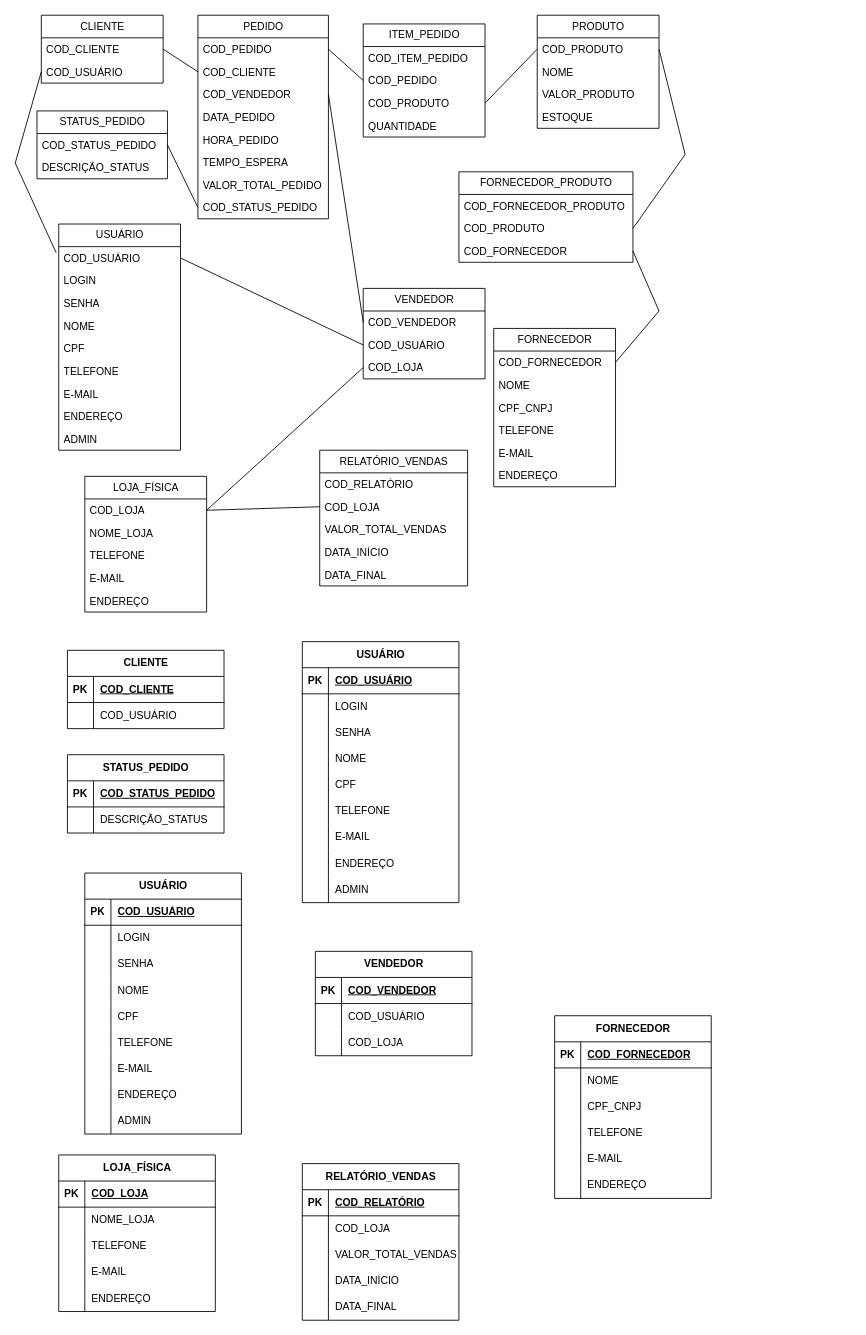
Before: BD ZÉ DELIVERY.drawio in jennifergomes/BD, a draw.io diagram. Source tidied: cells renumbered, new cells numbered last; positions are measured from the earlier drawing's top-left corner, leaving out a move shared by most shapes. Both pictures are drawn from the tidied source at 87%, with x=0, y=0 at pixel (15, 15).
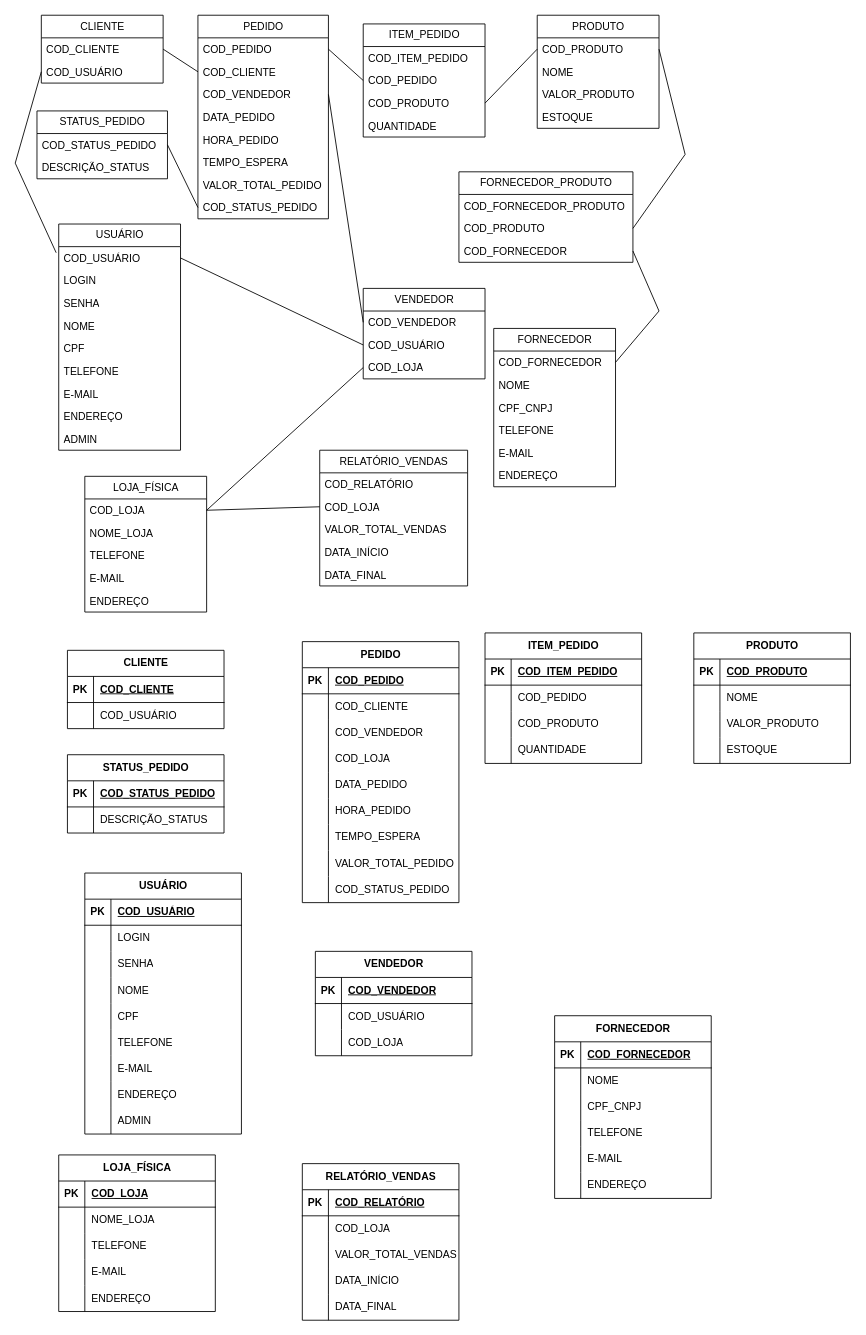
The same page after the edit.

Unchanged cells that the change refers to:
```xml
<mxCell id="179" style="shape=tableRow;horizontal=0;startSize=0;swimlaneHead=0;swimlaneBody=0;fillColor=none;top=0;left=0;right=0;bottom=1;" parent="178" vertex="1">
  <mxGeometry y="30" width="180" height="30" as="geometry" />
</mxCell>
<mxCell id="182" style="shape=tableRow;horizontal=0;startSize=0;swimlaneHead=0;swimlaneBody=0;fillColor=none;top=0;left=0;right=0;bottom=0;" parent="178" vertex="1">
  <mxGeometry y="60" width="180" height="30" as="geometry" />
</mxCell>
<mxCell id="185" style="shape=tableRow;horizontal=0;startSize=0;swimlaneHead=0;swimlaneBody=0;fillColor=none;top=0;left=0;right=0;bottom=0;" parent="178" vertex="1">
  <mxGeometry y="90" width="180" height="30" as="geometry" />
</mxCell>
<mxCell id="188" style="shape=tableRow;horizontal=0;startSize=0;swimlaneHead=0;swimlaneBody=0;fillColor=none;top=0;left=0;right=0;bottom=0;" parent="178" vertex="1">
  <mxGeometry y="120" width="180" height="30" as="geometry" />
</mxCell>
<mxCell id="191" style="shape=tableRow;horizontal=0;startSize=0;swimlaneHead=0;swimlaneBody=0;fillColor=none;top=0;left=0;right=0;bottom=0;" parent="178" vertex="1">
  <mxGeometry y="150" width="180" height="30" as="geometry" />
</mxCell>
<mxCell id="194" style="shape=tableRow;horizontal=0;startSize=0;swimlaneHead=0;swimlaneBody=0;fillColor=none;top=0;left=0;right=0;bottom=0;" parent="178" vertex="1">
  <mxGeometry y="180" width="180" height="30" as="geometry" />
</mxCell>
<mxCell id="197" style="shape=tableRow;horizontal=0;startSize=0;swimlaneHead=0;swimlaneBody=0;fillColor=none;top=0;left=0;right=0;bottom=0;" parent="178" vertex="1">
  <mxGeometry y="210" width="180" height="30" as="geometry" />
</mxCell>
<mxCell id="200" style="shape=tableRow;horizontal=0;startSize=0;swimlaneHead=0;swimlaneBody=0;fillColor=none;top=0;left=0;right=0;bottom=0;" parent="178" vertex="1">
  <mxGeometry y="240" width="180" height="30" as="geometry" />
</mxCell>
<mxCell id="203" style="shape=tableRow;horizontal=0;startSize=0;swimlaneHead=0;swimlaneBody=0;fillColor=none;top=0;left=0;right=0;bottom=0;" parent="178" vertex="1">
  <mxGeometry y="270" width="180" height="30" as="geometry" />
</mxCell>
```

Change to the diagram source:
```diff
@@
-    <mxCell id="178" value="USUÁRIO" style="shape=table;startSize=30;childLayout=tableLayout;rowLines=0;fontStyle=1;align=center;html=1;" parent="1" vertex="1">
+    <mxCell id="178" value="PEDIDO" style="shape=table;startSize=30;childLayout=tableLayout;rowLines=0;fontStyle=1;align=center;html=1;" parent="1" vertex="1">
       <mxGeometry x="330" y="720" width="180" height="300" as="geometry" />
     </mxCell>
@@
-    <mxCell id="181" value="COD_USUÁRIO" style="shape=partialRectangle;fillColor=none;top=0;left=0;bottom=0;right=0;align=left;spacingLeft=6;fontStyle=5;overflow=hidden;whiteSpace=wrap;html=1;" parent="179" vertex="1">
+    <mxCell id="181" value="COD_PEDIDO" style="shape=partialRectangle;fillColor=none;top=0;left=0;bottom=0;right=0;align=left;spacingLeft=6;fontStyle=5;overflow=hidden;whiteSpace=wrap;html=1;" parent="179" vertex="1">
       <mxGeometry x="30" width="150" height="30" as="geometry" />
     </mxCell>
@@
-    <mxCell id="184" value="LOGIN" style="shape=partialRectangle;fillColor=none;top=0;left=0;bottom=0;right=0;align=left;spacingLeft=6;overflow=hidden;whiteSpace=wrap;html=1;" parent="182" vertex="1">
+    <mxCell id="184" value="COD_CLIENTE" style="shape=partialRectangle;fillColor=none;top=0;left=0;bottom=0;right=0;align=left;spacingLeft=6;overflow=hidden;whiteSpace=wrap;html=1;" parent="182" vertex="1">
       <mxGeometry x="30" width="150" height="30" as="geometry" />
     </mxCell>
@@
-    <mxCell id="187" value="SENHA" style="shape=partialRectangle;fillColor=none;top=0;left=0;bottom=0;right=0;align=left;spacingLeft=6;overflow=hidden;whiteSpace=wrap;html=1;" parent="185" vertex="1">
+    <mxCell id="187" value="COD_VENDEDOR" style="shape=partialRectangle;fillColor=none;top=0;left=0;bottom=0;right=0;align=left;spacingLeft=6;overflow=hidden;whiteSpace=wrap;html=1;" parent="185" vertex="1">
       <mxGeometry x="30" width="150" height="30" as="geometry" />
     </mxCell>
@@
-    <mxCell id="190" value="NOME" style="shape=partialRectangle;fillColor=none;top=0;left=0;bottom=0;right=0;align=left;spacingLeft=6;overflow=hidden;whiteSpace=wrap;html=1;" parent="188" vertex="1">
+    <mxCell id="190" value="COD_LOJA" style="shape=partialRectangle;fillColor=none;top=0;left=0;bottom=0;right=0;align=left;spacingLeft=6;overflow=hidden;whiteSpace=wrap;html=1;" parent="188" vertex="1">
       <mxGeometry x="30" width="150" height="30" as="geometry" />
     </mxCell>
@@
-    <mxCell id="193" value="CPF" style="shape=partialRectangle;fillColor=none;top=0;left=0;bottom=0;right=0;align=left;spacingLeft=6;overflow=hidden;whiteSpace=wrap;html=1;" parent="191" vertex="1">
+    <mxCell id="193" value="DATA_PEDIDO" style="shape=partialRectangle;fillColor=none;top=0;left=0;bottom=0;right=0;align=left;spacingLeft=6;overflow=hidden;whiteSpace=wrap;html=1;" parent="191" vertex="1">
       <mxGeometry x="30" width="150" height="30" as="geometry" />
     </mxCell>
@@
-    <mxCell id="196" value="TELEFONE" style="shape=partialRectangle;fillColor=none;top=0;left=0;bottom=0;right=0;align=left;spacingLeft=6;overflow=hidden;whiteSpace=wrap;html=1;" parent="194" vertex="1">
+    <mxCell id="196" value="HORA_PEDIDO" style="shape=partialRectangle;fillColor=none;top=0;left=0;bottom=0;right=0;align=left;spacingLeft=6;overflow=hidden;whiteSpace=wrap;html=1;" parent="194" vertex="1">
       <mxGeometry x="30" width="150" height="30" as="geometry" />
     </mxCell>
@@
-    <mxCell id="199" value="E-MAIL" style="shape=partialRectangle;fillColor=none;top=0;left=0;bottom=0;right=0;align=left;spacingLeft=6;overflow=hidden;whiteSpace=wrap;html=1;" parent="197" vertex="1">
+    <mxCell id="199" value="TEMPO_ESPERA" style="shape=partialRectangle;fillColor=none;top=0;left=0;bottom=0;right=0;align=left;spacingLeft=6;overflow=hidden;whiteSpace=wrap;html=1;" parent="197" vertex="1">
       <mxGeometry x="30" width="150" height="30" as="geometry" />
     </mxCell>
@@
-    <mxCell id="202" value="ENDEREÇO" style="shape=partialRectangle;fillColor=none;top=0;left=0;bottom=0;right=0;align=left;spacingLeft=6;overflow=hidden;whiteSpace=wrap;html=1;" parent="200" vertex="1">
+    <mxCell id="202" value="VALOR_TOTAL_PEDIDO" style="shape=partialRectangle;fillColor=none;top=0;left=0;bottom=0;right=0;align=left;spacingLeft=6;overflow=hidden;whiteSpace=wrap;html=1;" parent="200" vertex="1">
       <mxGeometry x="30" width="150" height="30" as="geometry" />
     </mxCell>
@@
-    <mxCell id="205" value="ADMIN" style="shape=partialRectangle;fillColor=none;top=0;left=0;bottom=0;right=0;align=left;spacingLeft=6;overflow=hidden;whiteSpace=wrap;html=1;" parent="203" vertex="1">
+    <mxCell id="205" value="COD_STATUS_PEDIDO" style="shape=partialRectangle;fillColor=none;top=0;left=0;bottom=0;right=0;align=left;spacingLeft=6;overflow=hidden;whiteSpace=wrap;html=1;" parent="203" vertex="1">
       <mxGeometry x="30" width="150" height="30" as="geometry" />
     </mxCell>
+    <mxCell id="206" value="ITEM_PEDIDO" style="shape=table;startSize=30;childLayout=tableLayout;rowLines=0;fontStyle=1;align=center;html=1;" parent="1" vertex="1">
+      <mxGeometry x="540" y="710" width="180" height="150" as="geometry" />
+    </mxCell>
+    <mxCell id="207" style="shape=tableRow;horizontal=0;startSize=0;swimlaneHead=0;swimlaneBody=0;fillColor=none;top=0;left=0;right=0;bottom=1;" parent="206" vertex="1">
+      <mxGeometry y="30" width="180" height="30" as="geometry" />
+    </mxCell>
+    <mxCell id="208" value="PK" style="shape=partialRectangle;fillColor=none;top=0;left=0;bottom=0;right=0;fontStyle=1;overflow=hidden;whiteSpace=wrap;html=1;" parent="207" vertex="1">
+      <mxGeometry width="30" height="30" as="geometry" />
+    </mxCell>
+    <mxCell id="209" value="COD_ITEM_PEDIDO" style="shape=partialRectangle;fillColor=none;top=0;left=0;bottom=0;right=0;align=left;spacingLeft=6;fontStyle=5;overflow=hidden;whiteSpace=wrap;html=1;" parent="207" vertex="1">
+      <mxGeometry x="30" width="150" height="30" as="geometry" />
+    </mxCell>
+    <mxCell id="210" style="shape=tableRow;horizontal=0;startSize=0;swimlaneHead=0;swimlaneBody=0;fillColor=none;top=0;left=0;right=0;bottom=0;" parent="206" vertex="1">
+      <mxGeometry y="60" width="180" height="30" as="geometry" />
+    </mxCell>
+    <mxCell id="211" style="shape=partialRectangle;fillColor=none;top=0;left=0;bottom=0;right=0;overflow=hidden;whiteSpace=wrap;html=1;" parent="210" vertex="1">
+      <mxGeometry width="30" height="30" as="geometry" />
+    </mxCell>
+    <mxCell id="212" value="COD_PEDIDO" style="shape=partialRectangle;fillColor=none;top=0;left=0;bottom=0;right=0;align=left;spacingLeft=6;overflow=hidden;whiteSpace=wrap;html=1;" parent="210" vertex="1">
+      <mxGeometry x="30" width="150" height="30" as="geometry" />
+    </mxCell>
+    <mxCell id="213" style="shape=tableRow;horizontal=0;startSize=0;swimlaneHead=0;swimlaneBody=0;fillColor=none;top=0;left=0;right=0;bottom=0;" parent="206" vertex="1">
+      <mxGeometry y="90" width="180" height="30" as="geometry" />
+    </mxCell>
+    <mxCell id="214" style="shape=partialRectangle;fillColor=none;top=0;left=0;bottom=0;right=0;overflow=hidden;whiteSpace=wrap;html=1;" parent="213" vertex="1">
+      <mxGeometry width="30" height="30" as="geometry" />
+    </mxCell>
+    <mxCell id="215" value="COD_PRODUTO" style="shape=partialRectangle;fillColor=none;top=0;left=0;bottom=0;right=0;align=left;spacingLeft=6;overflow=hidden;whiteSpace=wrap;html=1;" parent="213" vertex="1">
+      <mxGeometry x="30" width="150" height="30" as="geometry" />
+    </mxCell>
+    <mxCell id="216" style="shape=tableRow;horizontal=0;startSize=0;swimlaneHead=0;swimlaneBody=0;fillColor=none;top=0;left=0;right=0;bottom=0;" parent="206" vertex="1">
+      <mxGeometry y="120" width="180" height="30" as="geometry" />
+    </mxCell>
+    <mxCell id="217" style="shape=partialRectangle;fillColor=none;top=0;left=0;bottom=0;right=0;overflow=hidden;whiteSpace=wrap;html=1;" parent="216" vertex="1">
+      <mxGeometry width="30" height="30" as="geometry" />
+    </mxCell>
+    <mxCell id="218" value="QUANTIDADE" style="shape=partialRectangle;fillColor=none;top=0;left=0;bottom=0;right=0;align=left;spacingLeft=6;overflow=hidden;whiteSpace=wrap;html=1;" parent="216" vertex="1">
+      <mxGeometry x="30" width="150" height="30" as="geometry" />
+    </mxCell>
+    <mxCell id="219" value="PRODUTO" style="shape=table;startSize=30;childLayout=tableLayout;rowLines=0;fontStyle=1;align=center;html=1;" parent="1" vertex="1">
+      <mxGeometry x="780" y="710" width="180" height="150" as="geometry" />
+    </mxCell>
+    <mxCell id="220" style="shape=tableRow;horizontal=0;startSize=0;swimlaneHead=0;swimlaneBody=0;fillColor=none;top=0;left=0;right=0;bottom=1;" parent="219" vertex="1">
+      <mxGeometry y="30" width="180" height="30" as="geometry" />
+    </mxCell>
+    <mxCell id="221" value="PK" style="shape=partialRectangle;fillColor=none;top=0;left=0;bottom=0;right=0;fontStyle=1;overflow=hidden;whiteSpace=wrap;html=1;" parent="220" vertex="1">
+      <mxGeometry width="30" height="30" as="geometry" />
+    </mxCell>
+    <mxCell id="222" value="COD_PRODUTO" style="shape=partialRectangle;fillColor=none;top=0;left=0;bottom=0;right=0;align=left;spacingLeft=6;fontStyle=5;overflow=hidden;whiteSpace=wrap;html=1;" parent="220" vertex="1">
+      <mxGeometry x="30" width="150" height="30" as="geometry" />
+    </mxCell>
+    <mxCell id="223" style="shape=tableRow;horizontal=0;startSize=0;swimlaneHead=0;swimlaneBody=0;fillColor=none;top=0;left=0;right=0;bottom=0;" parent="219" vertex="1">
+      <mxGeometry y="60" width="180" height="30" as="geometry" />
+    </mxCell>
+    <mxCell id="224" style="shape=partialRectangle;fillColor=none;top=0;left=0;bottom=0;right=0;overflow=hidden;whiteSpace=wrap;html=1;" parent="223" vertex="1">
+      <mxGeometry width="30" height="30" as="geometry" />
+    </mxCell>
+    <mxCell id="225" value="NOME" style="shape=partialRectangle;fillColor=none;top=0;left=0;bottom=0;right=0;align=left;spacingLeft=6;overflow=hidden;whiteSpace=wrap;html=1;" parent="223" vertex="1">
+      <mxGeometry x="30" width="150" height="30" as="geometry" />
+    </mxCell>
+    <mxCell id="226" style="shape=tableRow;horizontal=0;startSize=0;swimlaneHead=0;swimlaneBody=0;fillColor=none;top=0;left=0;right=0;bottom=0;" parent="219" vertex="1">
+      <mxGeometry y="90" width="180" height="30" as="geometry" />
+    </mxCell>
+    <mxCell id="227" style="shape=partialRectangle;fillColor=none;top=0;left=0;bottom=0;right=0;overflow=hidden;whiteSpace=wrap;html=1;" parent="226" vertex="1">
+      <mxGeometry width="30" height="30" as="geometry" />
+    </mxCell>
+    <mxCell id="228" value="VALOR_PRODUTO" style="shape=partialRectangle;fillColor=none;top=0;left=0;bottom=0;right=0;align=left;spacingLeft=6;overflow=hidden;whiteSpace=wrap;html=1;" parent="226" vertex="1">
+      <mxGeometry x="30" width="150" height="30" as="geometry" />
+    </mxCell>
+    <mxCell id="229" style="shape=tableRow;horizontal=0;startSize=0;swimlaneHead=0;swimlaneBody=0;fillColor=none;top=0;left=0;right=0;bottom=0;" parent="219" vertex="1">
+      <mxGeometry y="120" width="180" height="30" as="geometry" />
+    </mxCell>
+    <mxCell id="230" style="shape=partialRectangle;fillColor=none;top=0;left=0;bottom=0;right=0;overflow=hidden;whiteSpace=wrap;html=1;" parent="229" vertex="1">
+      <mxGeometry width="30" height="30" as="geometry" />
+    </mxCell>
+    <mxCell id="231" value="ESTOQUE" style="shape=partialRectangle;fillColor=none;top=0;left=0;bottom=0;right=0;align=left;spacingLeft=6;overflow=hidden;whiteSpace=wrap;html=1;" parent="229" vertex="1">
+      <mxGeometry x="30" width="150" height="30" as="geometry" />
+    </mxCell>
```
